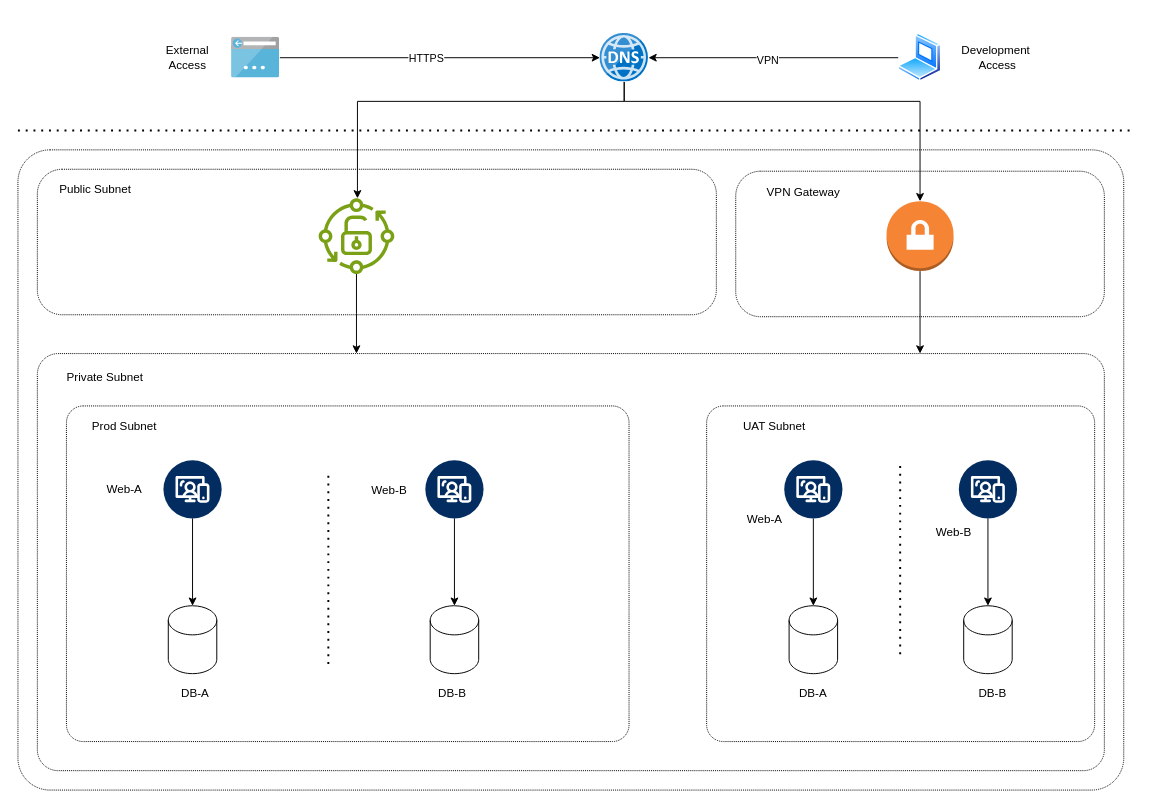
toysavi/alibaba_sample keeps this draw.io diagram as Alibab_Sample.drawio. Above is the earlier version. Source tidied: cells renumbered, new cells numbered last; positions are measured from the earlier drawing's top-left corner, leaving out a move shared by most shapes. Both pictures are drawn from the tidied source at 97%, with x=0, y=0 at pixel (17, 33).
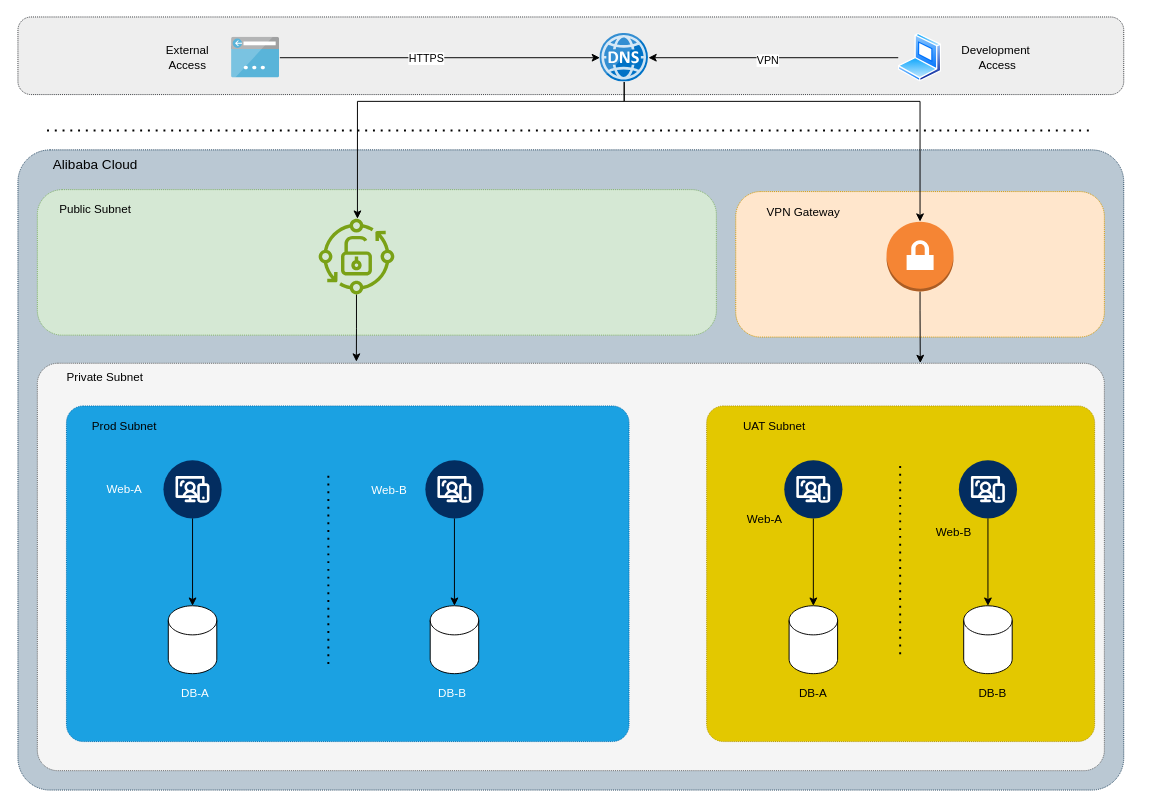
Above is the later version.

Diff of the diagram source:
```diff
@@
+    <mxCell id="52" style="rounded=1;whiteSpace=wrap;html=1;fillColor=#eeeeee;dashed=1;dashPattern=1 1;arcSize=17;strokeColor=#36393d;" parent="1" vertex="1">
+      <mxGeometry y="-17" width="1140" height="80" as="geometry" />
+    </mxCell>
-    <mxCell id="2" style="rounded=1;whiteSpace=wrap;html=1;fillColor=none;dashed=1;dashPattern=1 1;arcSize=5;" parent="1" vertex="1">
+    <mxCell id="2" style="rounded=1;whiteSpace=wrap;html=1;fillColor=#bac8d3;dashed=1;dashPattern=1 1;arcSize=5;strokeColor=#23445d;" parent="1" vertex="1">
       <mxGeometry y="120" width="1140" height="660" as="geometry" />
     </mxCell>
-    <mxCell id="3" style="rounded=1;whiteSpace=wrap;html=1;fillColor=none;dashed=1;dashPattern=1 1;arcSize=17;" parent="1" vertex="1">
-      <mxGeometry x="740" y="142" width="380" height="150" as="geometry" />
+    <mxCell id="3" style="rounded=1;whiteSpace=wrap;html=1;fillColor=#ffe6cc;dashed=1;dashPattern=1 1;arcSize=17;strokeColor=#d79b00;" parent="1" vertex="1">
+      <mxGeometry x="740" y="163" width="380" height="150" as="geometry" />
     </mxCell>
     <mxCell id="4" style="endArrow=none;dashed=1;html=1;dashPattern=1 3;strokeWidth=2;rounded=0;" parent="1" edge="1">
       <mxGeometry relative="1" as="geometry">
-        <mxPoint y="100" as="sourcePoint" />
-        <mxPoint x="1150" y="100" as="targetPoint" />
+        <mxPoint x="30" y="100" as="sourcePoint" />
+        <mxPoint x="1110" y="100" as="targetPoint" />
       </mxGeometry>
     </mxCell>
-    <mxCell id="5" style="rounded=1;whiteSpace=wrap;html=1;fillColor=none;dashed=1;dashPattern=1 1;arcSize=5;" parent="1" vertex="1">
-      <mxGeometry x="20" y="330" width="1100" height="430" as="geometry" />
+    <mxCell id="5" style="rounded=1;whiteSpace=wrap;html=1;fillColor=#f5f5f5;dashed=1;dashPattern=1 1;arcSize=5;fontColor=#333333;strokeColor=#666666;" parent="1" vertex="1">
+      <mxGeometry x="20" y="340" width="1100" height="420" as="geometry" />
     </mxCell>
-    <mxCell id="6" style="rounded=1;whiteSpace=wrap;html=1;fillColor=none;dashed=1;dashPattern=1 1;arcSize=5;" parent="1" vertex="1">
+    <mxCell id="6" style="rounded=1;whiteSpace=wrap;html=1;fillColor=#1ba1e2;dashed=1;dashPattern=1 1;arcSize=5;fontColor=#ffffff;strokeColor=#006EAF;" parent="1" vertex="1">
       <mxGeometry x="50" y="384" width="580" height="346" as="geometry" />
     </mxCell>
-    <mxCell id="7" style="rounded=1;whiteSpace=wrap;html=1;fillColor=none;dashed=1;dashPattern=1 1;arcSize=5;" parent="1" vertex="1">
+    <mxCell id="7" style="rounded=1;whiteSpace=wrap;html=1;fillColor=#e3c800;dashed=1;dashPattern=1 1;arcSize=5;fontColor=#000000;strokeColor=#B09500;" parent="1" vertex="1">
       <mxGeometry x="710" y="384" width="400" height="346" as="geometry" />
     </mxCell>
-    <mxCell id="8" style="rounded=1;whiteSpace=wrap;html=1;fillColor=none;dashed=1;dashPattern=1 1;arcSize=17;" parent="1" vertex="1">
-      <mxGeometry x="20" y="140" width="700" height="150" as="geometry" />
+    <mxCell id="8" style="rounded=1;whiteSpace=wrap;html=1;fillColor=#d5e8d4;dashed=1;dashPattern=1 1;arcSize=17;strokeColor=#82b366;" parent="1" vertex="1">
+      <mxGeometry x="20" y="161" width="700" height="150" as="geometry" />
     </mxCell>
@@
-    <mxCell id="16" style="edgeStyle=orthogonalEdgeStyle;rounded=0;jettySize=auto;html=1;" parent="1" edge="1" source="17">
-      <mxGeometry relative="1" as="geometry">
-        <mxPoint x="349" y="330" as="targetPoint" />
-      </mxGeometry>
+    <mxCell id="16" style="edgeStyle=orthogonalEdgeStyle;rounded=0;jettySize=auto;html=1;entryX=0.299;entryY=-0.004;entryDx=0;entryDy=0;entryPerimeter=0;" parent="1" edge="1" source="17" target="5">
+      <mxGeometry relative="1" as="geometry" />
     </mxCell>
     <mxCell id="17" style="sketch=0;outlineConnect=0;fontColor=#232F3E;gradientColor=none;fillColor=#7AA116;strokeColor=none;dashed=0;verticalLabelPosition=bottom;verticalAlign=top;align=center;html=1;fontSize=12;fontStyle=0;shape=mxgraph.aws4.iot_greengrass_component_public;" parent="1" vertex="1">
-      <mxGeometry x="310" y="170" width="78" height="78" as="geometry" />
+      <mxGeometry x="310" y="191" width="78" height="78" as="geometry" />
     </mxCell>
-    <mxCell id="18" style="edgeStyle=orthogonalEdgeStyle;rounded=0;jettySize=auto;html=1;" parent="1" edge="1" source="19">
-      <mxGeometry relative="1" as="geometry">
-        <mxPoint x="930" y="330" as="targetPoint" />
-      </mxGeometry>
+    <mxCell id="18" style="edgeStyle=orthogonalEdgeStyle;rounded=0;jettySize=auto;html=1;entryX=0.816;entryY=0.333;entryDx=0;entryDy=0;entryPerimeter=0;" parent="1" edge="1" source="19" target="2">
+      <mxGeometry relative="1" as="geometry" />
     </mxCell>
     <mxCell id="19" style="outlineConnect=0;dashed=0;verticalLabelPosition=bottom;verticalAlign=top;align=center;html=1;shape=mxgraph.aws3.vpn_gateway;fillColor=#F58534;gradientColor=none;" parent="1" vertex="1">
-      <mxGeometry x="895.5" y="173" width="69" height="72" as="geometry" />
+      <mxGeometry x="895.5" y="194" width="69" height="72" as="geometry" />
     </mxCell>
     <mxCell id="20" value="Public Subnet" style="text;html=1;align=center;verticalAlign=middle;whiteSpace=wrap;rounded=0;" parent="1" vertex="1">
-      <mxGeometry x="20" y="146" width="120" height="30" as="geometry" />
+      <mxGeometry x="20" y="167" width="120" height="30" as="geometry" />
     </mxCell>
@@
     <mxCell id="33" value="VPN Gateway" style="text;html=1;align=center;verticalAlign=middle;whiteSpace=wrap;rounded=0;" parent="1" vertex="1">
-      <mxGeometry x="750" y="149" width="120" height="30" as="geometry" />
+      <mxGeometry x="750" y="170" width="120" height="30" as="geometry" />
     </mxCell>
@@
-    <mxCell id="44" value="Web-A" style="text;html=1;align=center;verticalAlign=middle;whiteSpace=wrap;rounded=0;" parent="1" vertex="1">
+    <mxCell id="44" value="Web-A" style="text;html=1;align=center;verticalAlign=middle;whiteSpace=wrap;rounded=0;fontColor=#ffffff;" parent="1" vertex="1">
       <mxGeometry x="50" y="455" width="120" height="30" as="geometry" />
     </mxCell>
-    <mxCell id="45" value="Web-B" style="text;html=1;align=center;verticalAlign=middle;whiteSpace=wrap;rounded=0;" parent="1" vertex="1">
+    <mxCell id="45" value="Web-B" style="text;html=1;align=center;verticalAlign=middle;whiteSpace=wrap;rounded=0;fontColor=#ffffff;" parent="1" vertex="1">
       <mxGeometry x="323" y="456" width="120" height="30" as="geometry" />
     </mxCell>
-    <mxCell id="46" value="DB-A" style="text;html=1;align=center;verticalAlign=middle;whiteSpace=wrap;rounded=0;" parent="1" vertex="1">
+    <mxCell id="46" value="DB-A" style="text;html=1;align=center;verticalAlign=middle;whiteSpace=wrap;rounded=0;fontColor=#ffffff;" parent="1" vertex="1">
       <mxGeometry x="123" y="666" width="120" height="30" as="geometry" />
     </mxCell>
-    <mxCell id="47" value="DB-B" style="text;html=1;align=center;verticalAlign=middle;whiteSpace=wrap;rounded=0;" parent="1" vertex="1">
+    <mxCell id="47" value="DB-B" style="text;html=1;align=center;verticalAlign=middle;whiteSpace=wrap;rounded=0;fontColor=#ffffff;" parent="1" vertex="1">
       <mxGeometry x="388" y="666" width="120" height="30" as="geometry" />
     </mxCell>
@@
+    <mxCell id="53" value="Alibaba Cloud" style="text;html=1;align=center;verticalAlign=middle;whiteSpace=wrap;rounded=0;fontSize=14;" parent="1" vertex="1">
+      <mxGeometry x="20" y="120" width="120" height="30" as="geometry" />
+    </mxCell>
```
